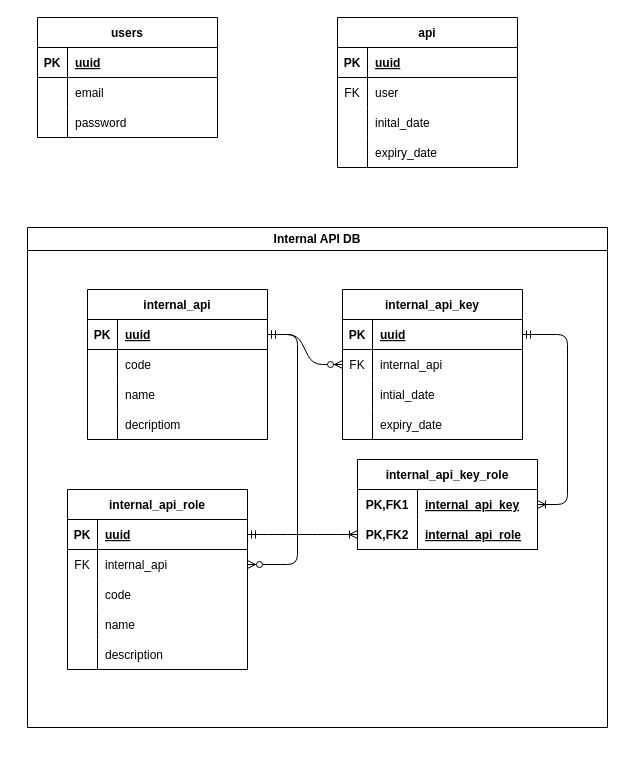
Before: db/diagram.drawio in HestiaEngineering/security, a draw.io diagram. Source tidied: cells renumbered, new cells numbered last; positions are measured from the earlier drawing's top-left corner, leaving out a move shared by most shapes. Both pictures are drawn from the tidied source at 100%, with x=0, y=0 at pixel (27, 17).
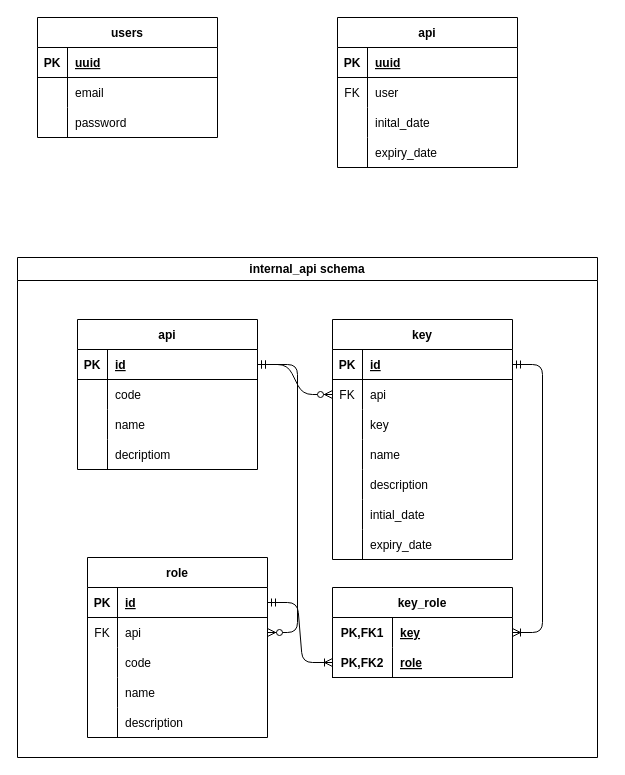
Above is the later version.

The change refers to these unchanged cells:
```xml
<mxCell id="4" style="shape=tableRow;horizontal=0;startSize=0;swimlaneHead=0;swimlaneBody=0;fillColor=none;points=[[0,0.5],[1,0.5]];portConstraint=eastwest;top=0;left=0;right=0;bottom=1;" parent="3" vertex="1">
  <mxGeometry y="30" width="180" height="30" as="geometry" />
</mxCell>
<mxCell id="17" style="shape=tableRow;horizontal=0;startSize=0;swimlaneHead=0;swimlaneBody=0;fillColor=none;points=[[0,0.5],[1,0.5]];portConstraint=eastwest;top=0;left=0;right=0;bottom=1;" parent="16" vertex="1">
  <mxGeometry y="30" width="180" height="30" as="geometry" />
</mxCell>
<mxCell id="20" style="shape=tableRow;horizontal=0;startSize=0;swimlaneHead=0;swimlaneBody=0;fillColor=none;points=[[0,0.5],[1,0.5]];portConstraint=eastwest;top=0;left=0;right=0;bottom=0;" parent="16" vertex="1">
  <mxGeometry y="60" width="180" height="30" as="geometry" />
</mxCell>
<mxCell id="31" style="shape=tableRow;horizontal=0;startSize=0;swimlaneHead=0;swimlaneBody=0;fillColor=none;points=[[0,0.5],[1,0.5]];portConstraint=eastwest;top=0;left=0;right=0;bottom=1;" parent="30" vertex="1">
  <mxGeometry y="30" width="180" height="30" as="geometry" />
</mxCell>
<mxCell id="34" style="shape=tableRow;horizontal=0;startSize=0;swimlaneHead=0;swimlaneBody=0;fillColor=none;points=[[0,0.5],[1,0.5]];portConstraint=eastwest;top=0;left=0;right=0;bottom=0;" parent="30" vertex="1">
  <mxGeometry y="60" width="180" height="30" as="geometry" />
</mxCell>
<mxCell id="48" style="shape=tableRow;horizontal=0;startSize=0;swimlaneHead=0;swimlaneBody=0;fillColor=none;points=[[0,0.5],[1,0.5]];portConstraint=eastwest;top=0;left=0;right=0;bottom=0;" parent="47" vertex="1">
  <mxGeometry y="30" width="180" height="30" as="geometry" />
</mxCell>
<mxCell id="51" style="shape=tableRow;horizontal=0;startSize=0;swimlaneHead=0;swimlaneBody=0;fillColor=none;points=[[0,0.5],[1,0.5]];portConstraint=eastwest;top=0;left=0;right=0;bottom=1;" parent="47" vertex="1">
  <mxGeometry y="60" width="180" height="30" as="geometry" />
</mxCell>
```

The edit, as a diff of the source:
```diff
@@
-    <mxCell id="2" value="Internal API DB" style="swimlane;whiteSpace=wrap;html=1;" parent="1" vertex="1">
-      <mxGeometry y="210" width="580" height="500" as="geometry" />
+    <mxCell id="2" value="internal_api schema" style="swimlane;whiteSpace=wrap;html=1;" parent="1" vertex="1">
+      <mxGeometry x="-10" y="240" width="580" height="500" as="geometry" />
     </mxCell>
-    <mxCell id="3" value="internal_api" style="shape=table;startSize=30;childLayout=tableLayout;rowLines=0;fontStyle=1;align=center;" parent="2" vertex="1">
+    <mxCell id="3" value="api" style="shape=table;startSize=30;childLayout=tableLayout;rowLines=0;fontStyle=1;align=center;" parent="2" vertex="1">
       <mxGeometry x="60" y="62" width="180" height="150" as="geometry" />
     </mxCell>
@@
-    <mxCell id="6" value="uuid" style="shape=partialRectangle;fillColor=none;top=0;left=0;bottom=0;right=0;align=left;spacingLeft=6;fontStyle=5;overflow=hidden;" parent="4" vertex="1">
+    <mxCell id="6" value="id" style="shape=partialRectangle;fillColor=none;top=0;left=0;bottom=0;right=0;align=left;spacingLeft=6;fontStyle=5;overflow=hidden;" parent="4" vertex="1">
       <mxGeometry x="30" width="150" height="30" as="geometry" />
     </mxCell>
@@
-    <mxCell id="16" value="internal_api_key" style="shape=table;startSize=30;childLayout=tableLayout;rowLines=0;fontStyle=1;align=center;" parent="2" vertex="1">
-      <mxGeometry x="315" y="62" width="180" height="150" as="geometry" />
+    <mxCell id="16" value="key" style="shape=table;startSize=30;childLayout=tableLayout;rowLines=0;fontStyle=1;align=center;" parent="2" vertex="1">
+      <mxGeometry x="315" y="62" width="180" height="240" as="geometry" />
     </mxCell>
@@
-    <mxCell id="19" value="uuid" style="shape=partialRectangle;fillColor=none;top=0;left=0;bottom=0;right=0;align=left;spacingLeft=6;fontStyle=5;overflow=hidden;" parent="17" vertex="1">
+    <mxCell id="19" value="id" style="shape=partialRectangle;fillColor=none;top=0;left=0;bottom=0;right=0;align=left;spacingLeft=6;fontStyle=5;overflow=hidden;" parent="17" vertex="1">
       <mxGeometry x="30" width="150" height="30" as="geometry" />
     </mxCell>
@@
-    <mxCell id="22" value="internal_api" style="shape=partialRectangle;fillColor=none;top=0;left=0;bottom=0;right=0;align=left;spacingLeft=6;overflow=hidden;" parent="20" vertex="1">
+    <mxCell id="22" value="api" style="shape=partialRectangle;fillColor=none;top=0;left=0;bottom=0;right=0;align=left;spacingLeft=6;overflow=hidden;" parent="20" vertex="1">
       <mxGeometry x="30" width="150" height="30" as="geometry" />
     </mxCell>
+    <mxCell id="79" style="shape=tableRow;horizontal=0;startSize=0;swimlaneHead=0;swimlaneBody=0;fillColor=none;top=0;left=0;right=0;bottom=0;" parent="16" vertex="1">
+      <mxGeometry y="90" width="180" height="30" as="geometry" />
+    </mxCell>
+    <mxCell id="80" style="shape=partialRectangle;fillColor=none;top=0;left=0;bottom=0;right=0;overflow=hidden;" parent="79" vertex="1">
+      <mxGeometry width="30" height="30" as="geometry" />
+    </mxCell>
+    <mxCell id="81" value="key" style="shape=partialRectangle;fillColor=none;top=0;left=0;bottom=0;right=0;align=left;spacingLeft=6;overflow=hidden;" parent="79" vertex="1">
+      <mxGeometry x="30" width="150" height="30" as="geometry" />
+    </mxCell>
+    <mxCell id="82" style="shape=tableRow;horizontal=0;startSize=0;swimlaneHead=0;swimlaneBody=0;fillColor=none;top=0;left=0;right=0;bottom=0;" parent="16" vertex="1">
+      <mxGeometry y="120" width="180" height="30" as="geometry" />
+    </mxCell>
+    <mxCell id="83" style="shape=partialRectangle;fillColor=none;top=0;left=0;bottom=0;right=0;overflow=hidden;" parent="82" vertex="1">
+      <mxGeometry width="30" height="30" as="geometry" />
+    </mxCell>
+    <mxCell id="84" value="name" style="shape=partialRectangle;fillColor=none;top=0;left=0;bottom=0;right=0;align=left;spacingLeft=6;overflow=hidden;" parent="82" vertex="1">
+      <mxGeometry x="30" width="150" height="30" as="geometry" />
+    </mxCell>
+    <mxCell id="85" style="shape=tableRow;horizontal=0;startSize=0;swimlaneHead=0;swimlaneBody=0;fillColor=none;top=0;left=0;right=0;bottom=0;" parent="16" vertex="1">
+      <mxGeometry y="150" width="180" height="30" as="geometry" />
+    </mxCell>
+    <mxCell id="86" style="shape=partialRectangle;fillColor=none;top=0;left=0;bottom=0;right=0;overflow=hidden;" parent="85" vertex="1">
+      <mxGeometry width="30" height="30" as="geometry" />
+    </mxCell>
+    <mxCell id="87" value="description" style="shape=partialRectangle;fillColor=none;top=0;left=0;bottom=0;right=0;align=left;spacingLeft=6;overflow=hidden;" parent="85" vertex="1">
+      <mxGeometry x="30" width="150" height="30" as="geometry" />
+    </mxCell>
     <mxCell id="23" style="shape=tableRow;horizontal=0;startSize=0;swimlaneHead=0;swimlaneBody=0;fillColor=none;top=0;left=0;right=0;bottom=0;" parent="16" vertex="1">
-      <mxGeometry y="90" width="180" height="30" as="geometry" />
+      <mxGeometry y="180" width="180" height="30" as="geometry" />
     </mxCell>
@@
     <mxCell id="26" style="shape=tableRow;horizontal=0;startSize=0;swimlaneHead=0;swimlaneBody=0;fillColor=none;top=0;left=0;right=0;bottom=0;" parent="16" vertex="1">
-      <mxGeometry y="120" width="180" height="30" as="geometry" />
+      <mxGeometry y="210" width="180" height="30" as="geometry" />
     </mxCell>
@@
-    <mxCell id="30" value="internal_api_role" style="shape=table;startSize=30;childLayout=tableLayout;rowLines=0;fontStyle=1;align=center;" parent="2" vertex="1">
-      <mxGeometry x="40" y="262" width="180" height="180" as="geometry" />
+    <mxCell id="30" value="role" style="shape=table;startSize=30;childLayout=tableLayout;rowLines=0;fontStyle=1;align=center;" parent="2" vertex="1">
+      <mxGeometry x="70" y="300" width="180" height="180" as="geometry" />
     </mxCell>
@@
-    <mxCell id="33" value="uuid" style="shape=partialRectangle;fillColor=none;top=0;left=0;bottom=0;right=0;align=left;spacingLeft=6;fontStyle=5;overflow=hidden;" parent="31" vertex="1">
+    <mxCell id="33" value="id" style="shape=partialRectangle;fillColor=none;top=0;left=0;bottom=0;right=0;align=left;spacingLeft=6;fontStyle=5;overflow=hidden;" parent="31" vertex="1">
       <mxGeometry x="30" width="150" height="30" as="geometry" />
     </mxCell>
@@
-    <mxCell id="36" value="internal_api" style="shape=partialRectangle;fillColor=none;top=0;left=0;bottom=0;right=0;align=left;spacingLeft=6;overflow=hidden;" parent="34" vertex="1">
+    <mxCell id="36" value="api" style="shape=partialRectangle;fillColor=none;top=0;left=0;bottom=0;right=0;align=left;spacingLeft=6;overflow=hidden;" parent="34" vertex="1">
       <mxGeometry x="30" width="150" height="30" as="geometry" />
     </mxCell>
@@
-    <mxCell id="47" value="internal_api_key_role" style="shape=table;startSize=30;childLayout=tableLayout;rowLines=0;fontStyle=1;align=center;" parent="2" vertex="1">
-      <mxGeometry x="330" y="232" width="180" height="90" as="geometry" />
+    <mxCell id="47" value="key_role" style="shape=table;startSize=30;childLayout=tableLayout;rowLines=0;fontStyle=1;align=center;" parent="2" vertex="1">
+      <mxGeometry x="315" y="330" width="180" height="90" as="geometry" />
     </mxCell>
@@
-    <mxCell id="50" value="internal_api_key" style="shape=partialRectangle;fillColor=none;top=0;left=0;bottom=0;right=0;align=left;spacingLeft=6;fontStyle=5;overflow=hidden;" parent="48" vertex="1">
+    <mxCell id="50" value="key" style="shape=partialRectangle;fillColor=none;top=0;left=0;bottom=0;right=0;align=left;spacingLeft=6;fontStyle=5;overflow=hidden;" parent="48" vertex="1">
       <mxGeometry x="60" width="120" height="30" as="geometry" />
     </mxCell>
@@
-    <mxCell id="53" value="internal_api_role" style="shape=partialRectangle;fillColor=none;top=0;left=0;bottom=0;right=0;align=left;spacingLeft=6;fontStyle=5;overflow=hidden;" parent="51" vertex="1">
+    <mxCell id="53" value="role" style="shape=partialRectangle;fillColor=none;top=0;left=0;bottom=0;right=0;align=left;spacingLeft=6;fontStyle=5;overflow=hidden;" parent="51" vertex="1">
       <mxGeometry x="60" width="120" height="30" as="geometry" />
     </mxCell>
```
